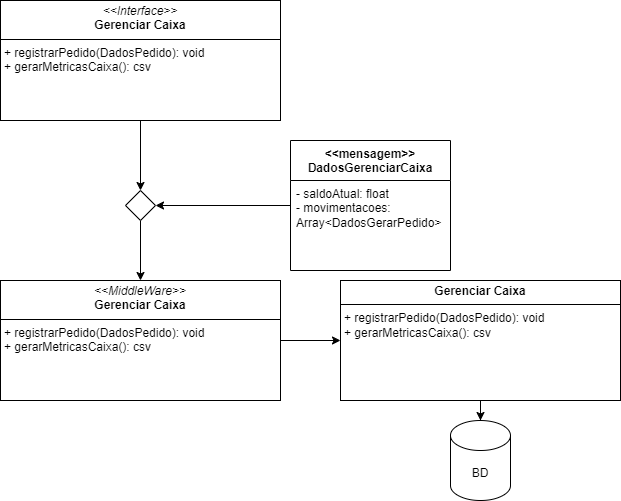
Earlier version of the draw.io export design/UMLGerenciarCaixa.drawio.png (WolWolffz/ThuderBass_Stock). Source tidied: cells renumbered, new cells last; positions are measured from the earlier drawing's top-left corner, leaving out a move shared by most shapes. Source of this version:
```xml
<mxGraphModel>
  <root>
    <mxCell id="0" />
    <mxCell id="1" parent="0" />
    <mxCell id="2" style="edgeStyle=orthogonalEdgeStyle;rounded=0;jettySize=auto;html=1;exitX=0.5;exitY=1;exitDx=0;exitDy=0;entryX=0.5;entryY=0;entryDx=0;entryDy=0;" parent="1" edge="1" source="3" target="8">
      <mxGeometry relative="1" as="geometry" />
    </mxCell>
    <mxCell id="3" value="&lt;p style=&quot;margin:0px;margin-top:4px;text-align:center;&quot;&gt;&lt;i&gt;&amp;lt;&amp;lt;Interface&amp;gt;&amp;gt;&lt;/i&gt;&lt;br&gt;&lt;b&gt;Gerenciar Caixa&lt;/b&gt;&lt;/p&gt;&lt;hr size=&quot;1&quot; style=&quot;border-style:solid;&quot;&gt;&lt;p style=&quot;margin:0px;margin-left:4px;&quot;&gt;+ registrarPedido(DadosPedido): void&lt;/p&gt;&lt;p style=&quot;margin:0px;margin-left:4px;&quot;&gt;+ gerarMetricasCaixa(): csv&lt;/p&gt;" style="verticalAlign=top;align=left;overflow=fill;html=1;whiteSpace=wrap;" parent="1" vertex="1">
      <mxGeometry width="280" height="120" as="geometry" />
    </mxCell>
    <mxCell id="4" style="edgeStyle=orthogonalEdgeStyle;rounded=0;jettySize=auto;html=1;entryX=1;entryY=0.5;entryDx=0;entryDy=0;" parent="1" edge="1" source="5" target="8">
      <mxGeometry relative="1" as="geometry" />
    </mxCell>
    <mxCell id="5" value="&amp;lt;&amp;lt;mensagem&amp;gt;&amp;gt;&lt;div&gt;DadosGerenciarCaixa&lt;/div&gt;" style="swimlane;fontStyle=1;align=center;verticalAlign=top;horizontal=1;startSize=40;whiteSpace=wrap;html=1;" parent="1" vertex="1">
      <mxGeometry x="290" y="140" width="160" height="130" as="geometry" />
    </mxCell>
    <mxCell id="6" value="- saldoAtual: float&lt;div&gt;- movimentacoes: Array&amp;lt;DadosGerarPedido&amp;gt;&lt;/div&gt;" style="text;strokeColor=none;fillColor=none;align=left;verticalAlign=top;spacingLeft=4;spacingRight=4;overflow=hidden;whiteSpace=wrap;html=1;" parent="5" vertex="1">
      <mxGeometry y="40" width="160" height="90" as="geometry" />
    </mxCell>
    <mxCell id="7" style="edgeStyle=orthogonalEdgeStyle;rounded=0;jettySize=auto;html=1;" parent="1" edge="1" source="8" target="10">
      <mxGeometry relative="1" as="geometry" />
    </mxCell>
    <mxCell id="8" style="rhombus;whiteSpace=wrap;html=1;" parent="1" vertex="1">
      <mxGeometry x="125" y="190" width="30" height="30" as="geometry" />
    </mxCell>
    <mxCell id="9" style="edgeStyle=orthogonalEdgeStyle;rounded=0;jettySize=auto;html=1;exitX=1;exitY=0.5;exitDx=0;exitDy=0;" parent="1" edge="1" source="10" target="12">
      <mxGeometry relative="1" as="geometry" />
    </mxCell>
    <mxCell id="10" value="&lt;p style=&quot;margin:0px;margin-top:4px;text-align:center;&quot;&gt;&lt;i&gt;&amp;lt;&amp;lt;MiddleWare&amp;gt;&amp;gt;&lt;/i&gt;&lt;br&gt;&lt;b&gt;Gerenciar Caixa&lt;/b&gt;&lt;/p&gt;&lt;hr size=&quot;1&quot; style=&quot;border-style:solid;&quot;&gt;&lt;p style=&quot;margin:0px;margin-left:4px;&quot;&gt;+ registrarPedido(DadosPedido): void&lt;/p&gt;&lt;p style=&quot;margin:0px;margin-left:4px;&quot;&gt;+ gerarMetricasCaixa(): csv&lt;/p&gt;" style="verticalAlign=top;align=left;overflow=fill;html=1;whiteSpace=wrap;" parent="1" vertex="1">
      <mxGeometry y="280" width="280" height="120" as="geometry" />
    </mxCell>
    <mxCell id="11" style="edgeStyle=orthogonalEdgeStyle;rounded=0;jettySize=auto;html=1;exitX=0.5;exitY=1;exitDx=0;exitDy=0;" parent="1" edge="1" source="12" target="13">
      <mxGeometry relative="1" as="geometry" />
    </mxCell>
    <mxCell id="12" value="&lt;p style=&quot;margin:0px;margin-top:4px;text-align:center;&quot;&gt;&lt;b&gt;Gerenciar Caixa&lt;/b&gt;&lt;/p&gt;&lt;hr size=&quot;1&quot; style=&quot;border-style:solid;&quot;&gt;&lt;p style=&quot;margin:0px;margin-left:4px;&quot;&gt;+ registrarPedido(DadosPedido): void&lt;/p&gt;&lt;p style=&quot;margin:0px;margin-left:4px;&quot;&gt;+ gerarMetricasCaixa(): csv&lt;/p&gt;" style="verticalAlign=top;align=left;overflow=fill;html=1;whiteSpace=wrap;" parent="1" vertex="1">
      <mxGeometry x="340" y="280" width="280" height="120" as="geometry" />
    </mxCell>
    <mxCell id="13" value="BD" style="shape=cylinder3;whiteSpace=wrap;html=1;boundedLbl=1;backgroundOutline=1;size=15;" parent="1" vertex="1">
      <mxGeometry x="450" y="420" width="60" height="80" as="geometry" />
    </mxCell>
  </root>
</mxGraphModel>
```
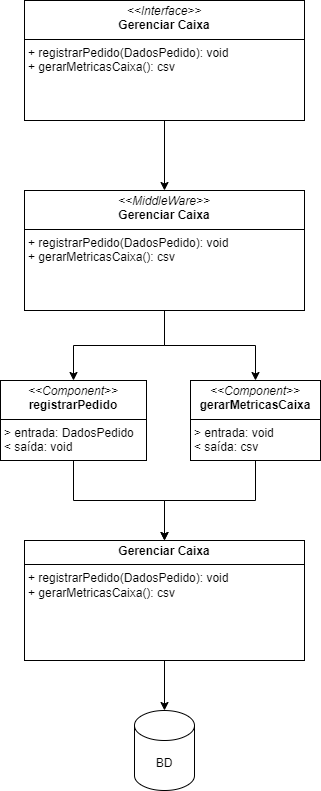
The same file after the commit.

Change to the diagram source:
```diff
@@ -2,41 +2,41 @@
   <root>
     <mxCell id="0" />
     <mxCell id="1" parent="0" />
-    <mxCell id="2" style="edgeStyle=orthogonalEdgeStyle;rounded=0;jettySize=auto;html=1;exitX=0.5;exitY=1;exitDx=0;exitDy=0;entryX=0.5;entryY=0;entryDx=0;entryDy=0;" parent="1" edge="1" source="3" target="8">
-      <mxGeometry relative="1" as="geometry" />
-    </mxCell>
+    <mxCell id="14" style="edgeStyle=orthogonalEdgeStyle;rounded=0;jettySize=auto;html=1;exitX=0.5;exitY=1;exitDx=0;exitDy=0;entryX=0.5;entryY=0;entryDx=0;entryDy=0;" parent="1" edge="1" source="3" target="10">
+      <mxGeometry relative="1" as="geometry" />
+    </mxCell>
     <mxCell id="3" value="&lt;p style=&quot;margin:0px;margin-top:4px;text-align:center;&quot;&gt;&lt;i&gt;&amp;lt;&amp;lt;Interface&amp;gt;&amp;gt;&lt;/i&gt;&lt;br&gt;&lt;b&gt;Gerenciar Caixa&lt;/b&gt;&lt;/p&gt;&lt;hr size=&quot;1&quot; style=&quot;border-style:solid;&quot;&gt;&lt;p style=&quot;margin:0px;margin-left:4px;&quot;&gt;+ registrarPedido(DadosPedido): void&lt;/p&gt;&lt;p style=&quot;margin:0px;margin-left:4px;&quot;&gt;+ gerarMetricasCaixa(): csv&lt;/p&gt;" style="verticalAlign=top;align=left;overflow=fill;html=1;whiteSpace=wrap;" parent="1" vertex="1">
-      <mxGeometry width="280" height="120" as="geometry" />
+      <mxGeometry x="124" y="-170" width="280" height="120" as="geometry" />
     </mxCell>
-    <mxCell id="4" style="edgeStyle=orthogonalEdgeStyle;rounded=0;jettySize=auto;html=1;entryX=1;entryY=0.5;entryDx=0;entryDy=0;" parent="1" edge="1" source="5" target="8">
-      <mxGeometry relative="1" as="geometry" />
-    </mxCell>
-    <mxCell id="5" value="&amp;lt;&amp;lt;mensagem&amp;gt;&amp;gt;&lt;div&gt;DadosGerenciarCaixa&lt;/div&gt;" style="swimlane;fontStyle=1;align=center;verticalAlign=top;horizontal=1;startSize=40;whiteSpace=wrap;html=1;" parent="1" vertex="1">
-      <mxGeometry x="290" y="140" width="160" height="130" as="geometry" />
-    </mxCell>
-    <mxCell id="6" value="- saldoAtual: float&lt;div&gt;- movimentacoes: Array&amp;lt;DadosGerarPedido&amp;gt;&lt;/div&gt;" style="text;strokeColor=none;fillColor=none;align=left;verticalAlign=top;spacingLeft=4;spacingRight=4;overflow=hidden;whiteSpace=wrap;html=1;" parent="5" vertex="1">
-      <mxGeometry y="40" width="160" height="90" as="geometry" />
-    </mxCell>
-    <mxCell id="7" style="edgeStyle=orthogonalEdgeStyle;rounded=0;jettySize=auto;html=1;" parent="1" edge="1" source="8" target="10">
-      <mxGeometry relative="1" as="geometry" />
-    </mxCell>
-    <mxCell id="8" style="rhombus;whiteSpace=wrap;html=1;" parent="1" vertex="1">
-      <mxGeometry x="125" y="190" width="30" height="30" as="geometry" />
-    </mxCell>
-    <mxCell id="9" style="edgeStyle=orthogonalEdgeStyle;rounded=0;jettySize=auto;html=1;exitX=1;exitY=0.5;exitDx=0;exitDy=0;" parent="1" edge="1" source="10" target="12">
-      <mxGeometry relative="1" as="geometry" />
-    </mxCell>
+    <mxCell id="15" style="edgeStyle=orthogonalEdgeStyle;rounded=0;jettySize=auto;html=1;exitX=0.5;exitY=1;exitDx=0;exitDy=0;entryX=0.5;entryY=0;entryDx=0;entryDy=0;" parent="1" edge="1" source="10" target="18">
+      <mxGeometry relative="1" as="geometry" />
+    </mxCell>
+    <mxCell id="16" style="edgeStyle=orthogonalEdgeStyle;rounded=0;jettySize=auto;html=1;exitX=0.5;exitY=1;exitDx=0;exitDy=0;entryX=0.5;entryY=0;entryDx=0;entryDy=0;" parent="1" edge="1" source="10" target="20">
+      <mxGeometry relative="1" as="geometry" />
+    </mxCell>
     <mxCell id="10" value="&lt;p style=&quot;margin:0px;margin-top:4px;text-align:center;&quot;&gt;&lt;i&gt;&amp;lt;&amp;lt;MiddleWare&amp;gt;&amp;gt;&lt;/i&gt;&lt;br&gt;&lt;b&gt;Gerenciar Caixa&lt;/b&gt;&lt;/p&gt;&lt;hr size=&quot;1&quot; style=&quot;border-style:solid;&quot;&gt;&lt;p style=&quot;margin:0px;margin-left:4px;&quot;&gt;+ registrarPedido(DadosPedido): void&lt;/p&gt;&lt;p style=&quot;margin:0px;margin-left:4px;&quot;&gt;+ gerarMetricasCaixa(): csv&lt;/p&gt;" style="verticalAlign=top;align=left;overflow=fill;html=1;whiteSpace=wrap;" parent="1" vertex="1">
-      <mxGeometry y="280" width="280" height="120" as="geometry" />
+      <mxGeometry x="124" y="20" width="280" height="120" as="geometry" />
     </mxCell>
     <mxCell id="11" style="edgeStyle=orthogonalEdgeStyle;rounded=0;jettySize=auto;html=1;exitX=0.5;exitY=1;exitDx=0;exitDy=0;" parent="1" edge="1" source="12" target="13">
       <mxGeometry relative="1" as="geometry" />
     </mxCell>
     <mxCell id="12" value="&lt;p style=&quot;margin:0px;margin-top:4px;text-align:center;&quot;&gt;&lt;b&gt;Gerenciar Caixa&lt;/b&gt;&lt;/p&gt;&lt;hr size=&quot;1&quot; style=&quot;border-style:solid;&quot;&gt;&lt;p style=&quot;margin:0px;margin-left:4px;&quot;&gt;+ registrarPedido(DadosPedido): void&lt;/p&gt;&lt;p style=&quot;margin:0px;margin-left:4px;&quot;&gt;+ gerarMetricasCaixa(): csv&lt;/p&gt;" style="verticalAlign=top;align=left;overflow=fill;html=1;whiteSpace=wrap;" parent="1" vertex="1">
-      <mxGeometry x="340" y="280" width="280" height="120" as="geometry" />
+      <mxGeometry x="124" y="370" width="280" height="120" as="geometry" />
     </mxCell>
     <mxCell id="13" value="BD" style="shape=cylinder3;whiteSpace=wrap;html=1;boundedLbl=1;backgroundOutline=1;size=15;" parent="1" vertex="1">
-      <mxGeometry x="450" y="420" width="60" height="80" as="geometry" />
+      <mxGeometry x="234" y="540" width="60" height="80" as="geometry" />
     </mxCell>
+    <mxCell id="17" style="edgeStyle=orthogonalEdgeStyle;rounded=0;jettySize=auto;html=1;exitX=0.5;exitY=1;exitDx=0;exitDy=0;entryX=0.5;entryY=0;entryDx=0;entryDy=0;" parent="1" edge="1" source="18" target="12">
+      <mxGeometry relative="1" as="geometry" />
+    </mxCell>
+    <mxCell id="18" value="&lt;p style=&quot;margin:0px;margin-top:4px;text-align:center;&quot;&gt;&lt;i&gt;&amp;lt;&amp;lt;Component&amp;gt;&amp;gt;&lt;/i&gt;&lt;br&gt;&lt;b&gt;registrarPedido&lt;/b&gt;&lt;/p&gt;&lt;hr size=&quot;1&quot; style=&quot;border-style:solid;&quot;&gt;&lt;p style=&quot;margin:0px;margin-left:4px;&quot;&gt;&amp;gt; entrada: DadosPedido&lt;/p&gt;&lt;p style=&quot;margin:0px;margin-left:4px;&quot;&gt;&amp;lt; saída: void&lt;/p&gt;" style="verticalAlign=top;align=left;overflow=fill;html=1;whiteSpace=wrap;" parent="1" vertex="1">
+      <mxGeometry x="100" y="210" width="146" height="80" as="geometry" />
+    </mxCell>
+    <mxCell id="19" style="edgeStyle=orthogonalEdgeStyle;rounded=0;jettySize=auto;html=1;exitX=0.5;exitY=1;exitDx=0;exitDy=0;" parent="1" edge="1" source="20" target="12">
+      <mxGeometry relative="1" as="geometry" />
+    </mxCell>
+    <mxCell id="20" value="&lt;p style=&quot;margin:0px;margin-top:4px;text-align:center;&quot;&gt;&lt;i&gt;&amp;lt;&amp;lt;Component&amp;gt;&amp;gt;&lt;/i&gt;&lt;br&gt;&lt;b&gt;gerarMetricasCaixa&lt;/b&gt;&lt;/p&gt;&lt;hr size=&quot;1&quot; style=&quot;border-style:solid;&quot;&gt;&lt;p style=&quot;margin:0px;margin-left:4px;&quot;&gt;&lt;span style=&quot;background-color: initial;&quot;&gt;&amp;gt; entrada: void&lt;/span&gt;&lt;br&gt;&lt;/p&gt;&lt;p style=&quot;margin:0px;margin-left:4px;&quot;&gt;&lt;span style=&quot;background-color: initial;&quot;&gt;&amp;lt; saída: csv&lt;/span&gt;&lt;/p&gt;" style="verticalAlign=top;align=left;overflow=fill;html=1;whiteSpace=wrap;" parent="1" vertex="1">
+      <mxGeometry x="290" y="210" width="130" height="80" as="geometry" />
+    </mxCell>
   </root>
 </mxGraphModel>
```
